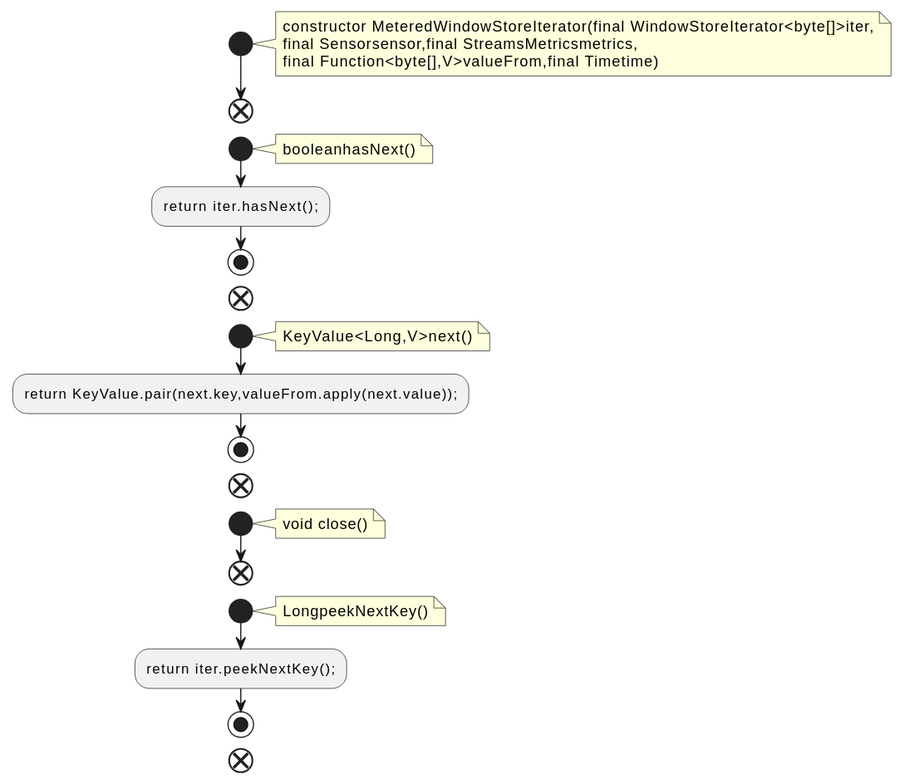
qualitesys/kafka keeps this PlantUML diagram as docs/qc/streams/src/main/java/org/apache/kafka/streams/state/internals/MeteredWindowStoreIterator.java.fct.svg. Above is the earlier version.
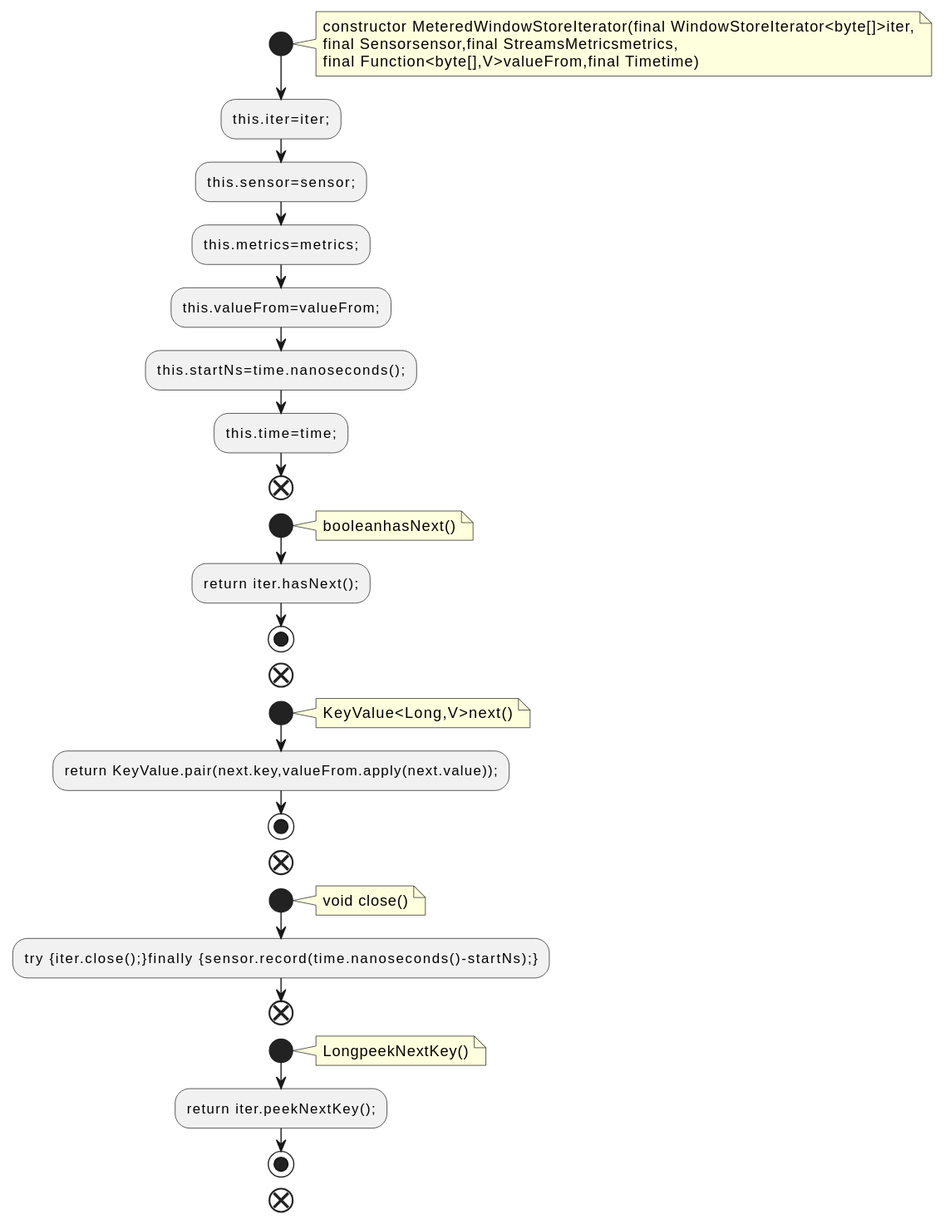
Above is the later version.

Change to the diagram source:
```diff
@@ -6,6 +6,12 @@
 final Sensorsensor,final StreamsMetricsmetrics,
 final Function<byte[],V>valueFrom,final Timetime)
 end note
+:this.iter=iter;;
+:this.sensor=sensor;;
+:this.metrics=metrics;;
+:this.valueFrom=valueFrom;;
+:this.startNs=time.nanoseconds();;
+:this.time=time;;
 end
 start
 note right
@@ -25,6 +31,7 @@
 note right
 void close()
 end note
+:try {iter.close();}finally {sensor.record(time.nanoseconds()-startNs);};
 end
 start
 note right
```
